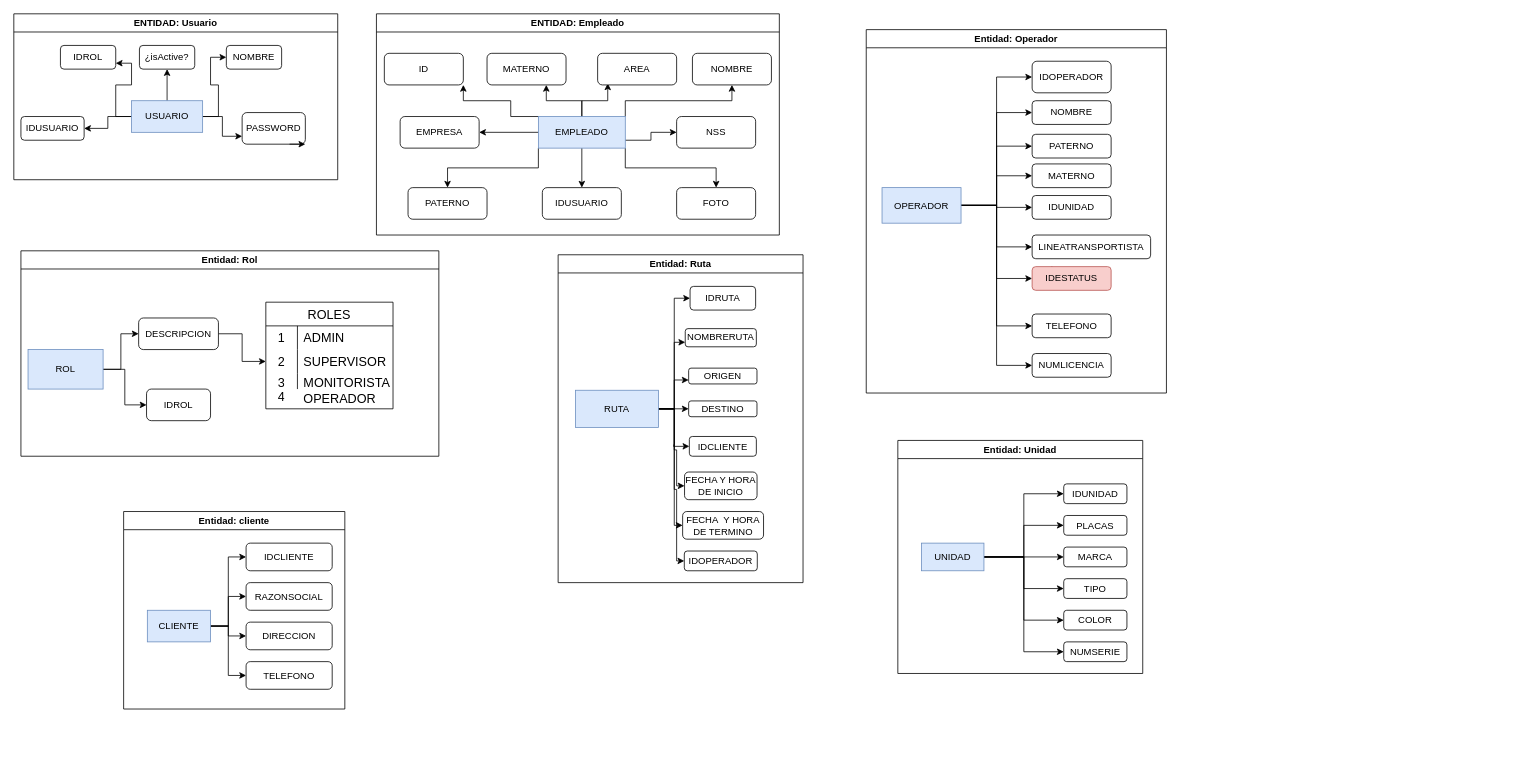
Earlier version of the draw.io diagram Diagrama sin título.drawio (kaleb-miranda/DisenoDbMonitoreo). Source tidied: cells renumbered, new cells numbered last; positions are measured from the earlier drawing's top-left corner, leaving out a move shared by most shapes. Both pictures are drawn from the tidied source at 79%, with x=0, y=0 at pixel (13, 13).
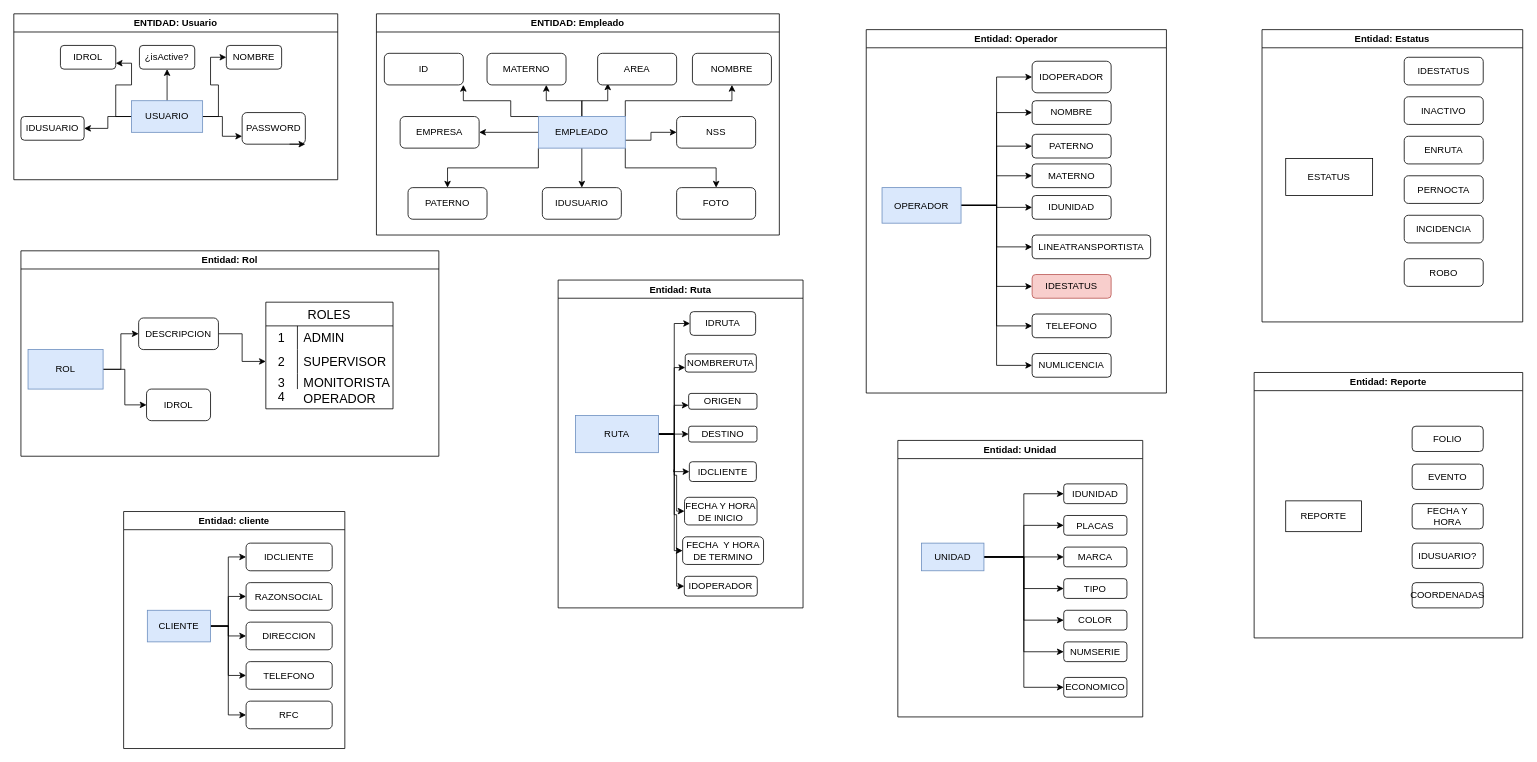
The same page after the edit.

The change refers to these unchanged cells:
```xml
<mxCell id="72" value="Entidad: Operador" style="swimlane;" parent="1" vertex="1">
  <mxGeometry x="1079" y="20" width="380" height="460" as="geometry" />
</mxCell>
<mxCell id="100" value="UNIDAD" style="rounded=0;whiteSpace=wrap;html=1;fillColor=#dae8fc;strokeColor=#6c8ebf;" parent="93" vertex="1">
  <mxGeometry x="30" y="130" width="79" height="35" as="geometry" />
</mxCell>
<mxCell id="112" value="CLIENTE" style="rounded=0;whiteSpace=wrap;html=1;fillColor=#dae8fc;strokeColor=#6c8ebf;" parent="107" vertex="1">
  <mxGeometry x="30" y="125" width="80" height="40" as="geometry" />
</mxCell>
```

The edit, as a diff of the source:
```diff
@@
     <mxCell id="54" value="Entidad: Ruta" style="swimlane;" parent="1" vertex="1">
-      <mxGeometry x="689" y="305" width="310" height="415" as="geometry" />
+      <mxGeometry x="689" y="337" width="310" height="415" as="geometry" />
     </mxCell>
@@
-    <mxCell id="89" style="edgeStyle=orthogonalEdgeStyle;rounded=0;jettySize=auto;html=1;exitX=0.25;exitY=0;exitDx=0;exitDy=0;" parent="72" edge="1" source="90">
-      <mxGeometry relative="1" as="geometry">
-        <mxPoint x="235.3" y="310" as="targetPoint" />
-      </mxGeometry>
-    </mxCell>
+    <mxCell id="117" style="edgeStyle=orthogonalEdgeStyle;rounded=0;jettySize=auto;html=1;exitX=0.25;exitY=0;exitDx=0;exitDy=0;" parent="72" edge="1" source="90">
+      <mxGeometry relative="1" as="geometry">
+        <mxPoint x="235.3" y="310" as="targetPoint" />
+      </mxGeometry>
+    </mxCell>
     <mxCell id="90" value="IDESTATUS" style="rounded=1;whiteSpace=wrap;html=1;fillColor=#f8cecc;strokeColor=#b85450;" parent="72" vertex="1">
-      <mxGeometry x="210" y="300" width="100" height="30" as="geometry" />
+      <mxGeometry x="210" y="310" width="100" height="30" as="geometry" />
     </mxCell>
@@
     <mxCell id="93" value="Entidad: Unidad" style="swimlane;" parent="1" vertex="1">
-      <mxGeometry x="1119" y="540" width="310" height="295" as="geometry" />
+      <mxGeometry x="1119" y="540" width="310" height="350" as="geometry" />
     </mxCell>
@@
+    <mxCell id="118" style="edgeStyle=orthogonalEdgeStyle;rounded=0;jettySize=auto;html=1;exitX=1;exitY=0.5;exitDx=0;exitDy=0;entryX=0;entryY=0.5;entryDx=0;entryDy=0;" parent="93" edge="1" source="100" target="119">
+      <mxGeometry relative="1" as="geometry" />
+    </mxCell>
@@
+    <mxCell id="119" value="ECONOMICO" style="rounded=1;whiteSpace=wrap;html=1;" parent="93" vertex="1">
+      <mxGeometry x="210" y="300" width="80" height="25" as="geometry" />
+    </mxCell>
     <mxCell id="107" value="Entidad: cliente" style="swimlane;" parent="1" vertex="1">
-      <mxGeometry x="139" y="630" width="280" height="250" as="geometry" />
+      <mxGeometry x="139" y="630" width="280" height="300" as="geometry" />
     </mxCell>
@@
+    <mxCell id="120" style="edgeStyle=orthogonalEdgeStyle;rounded=0;jettySize=auto;html=1;exitX=1;exitY=0.5;exitDx=0;exitDy=0;entryX=0;entryY=0.5;entryDx=0;entryDy=0;" parent="107" edge="1" source="112" target="121">
+      <mxGeometry relative="1" as="geometry" />
+    </mxCell>
@@
+    <mxCell id="121" value="RFC" style="rounded=1;whiteSpace=wrap;html=1;" parent="107" vertex="1">
+      <mxGeometry x="155" y="240" width="109" height="35" as="geometry" />
+    </mxCell>
+    <mxCell id="122" value="Entidad: Estatus" style="swimlane;" parent="1" vertex="1">
+      <mxGeometry x="1580" y="20" width="330" height="370" as="geometry" />
+    </mxCell>
+    <mxCell id="123" value="ESTATUS" style="rounded=0;whiteSpace=wrap;html=1;" parent="122" vertex="1">
+      <mxGeometry x="30" y="163" width="110" height="47" as="geometry" />
+    </mxCell>
+    <mxCell id="124" value="INACTIVO" style="rounded=1;whiteSpace=wrap;html=1;" parent="122" vertex="1">
+      <mxGeometry x="180" y="85" width="100" height="35" as="geometry" />
+    </mxCell>
+    <mxCell id="125" value="ENRUTA" style="rounded=1;whiteSpace=wrap;html=1;" parent="122" vertex="1">
+      <mxGeometry x="180" y="135" width="100" height="35" as="geometry" />
+    </mxCell>
+    <mxCell id="126" value="PERNOCTA" style="rounded=1;whiteSpace=wrap;html=1;" parent="122" vertex="1">
+      <mxGeometry x="180" y="185" width="100" height="35" as="geometry" />
+    </mxCell>
+    <mxCell id="127" value="INCIDENCIA" style="rounded=1;whiteSpace=wrap;html=1;" parent="122" vertex="1">
+      <mxGeometry x="180" y="235" width="100" height="35" as="geometry" />
+    </mxCell>
+    <mxCell id="128" value="ROBO" style="rounded=1;whiteSpace=wrap;html=1;" parent="122" vertex="1">
+      <mxGeometry x="180" y="290" width="100" height="35" as="geometry" />
+    </mxCell>
+    <mxCell id="129" value="IDESTATUS" style="rounded=1;whiteSpace=wrap;html=1;" parent="122" vertex="1">
+      <mxGeometry x="180" y="35" width="100" height="35" as="geometry" />
+    </mxCell>
+    <mxCell id="130" value="Entidad: Reporte" style="swimlane;" parent="1" vertex="1">
+      <mxGeometry x="1570" y="454" width="340" height="336" as="geometry" />
+    </mxCell>
+    <mxCell id="131" value="REPORTE" style="rounded=0;whiteSpace=wrap;html=1;" parent="130" vertex="1">
+      <mxGeometry x="40" y="162.5" width="96" height="39" as="geometry" />
+    </mxCell>
+    <mxCell id="132" value="FOLIO" style="rounded=1;whiteSpace=wrap;html=1;" parent="130" vertex="1">
+      <mxGeometry x="200" y="68" width="90" height="32" as="geometry" />
+    </mxCell>
+    <mxCell id="133" value="EVENTO" style="rounded=1;whiteSpace=wrap;html=1;" parent="130" vertex="1">
+      <mxGeometry x="200" y="116" width="90" height="32" as="geometry" />
+    </mxCell>
+    <mxCell id="134" value="IDUSUARIO?" style="rounded=1;whiteSpace=wrap;html=1;" parent="130" vertex="1">
+      <mxGeometry x="200" y="216" width="90" height="32" as="geometry" />
+    </mxCell>
+    <mxCell id="135" value="FECHA Y HORA" style="rounded=1;whiteSpace=wrap;html=1;" parent="130" vertex="1">
+      <mxGeometry x="200" y="166" width="90" height="32" as="geometry" />
+    </mxCell>
+    <mxCell id="136" value="COORDENADAS" style="rounded=1;whiteSpace=wrap;html=1;" parent="130" vertex="1">
+      <mxGeometry x="200" y="266" width="90" height="32" as="geometry" />
+    </mxCell>
```
